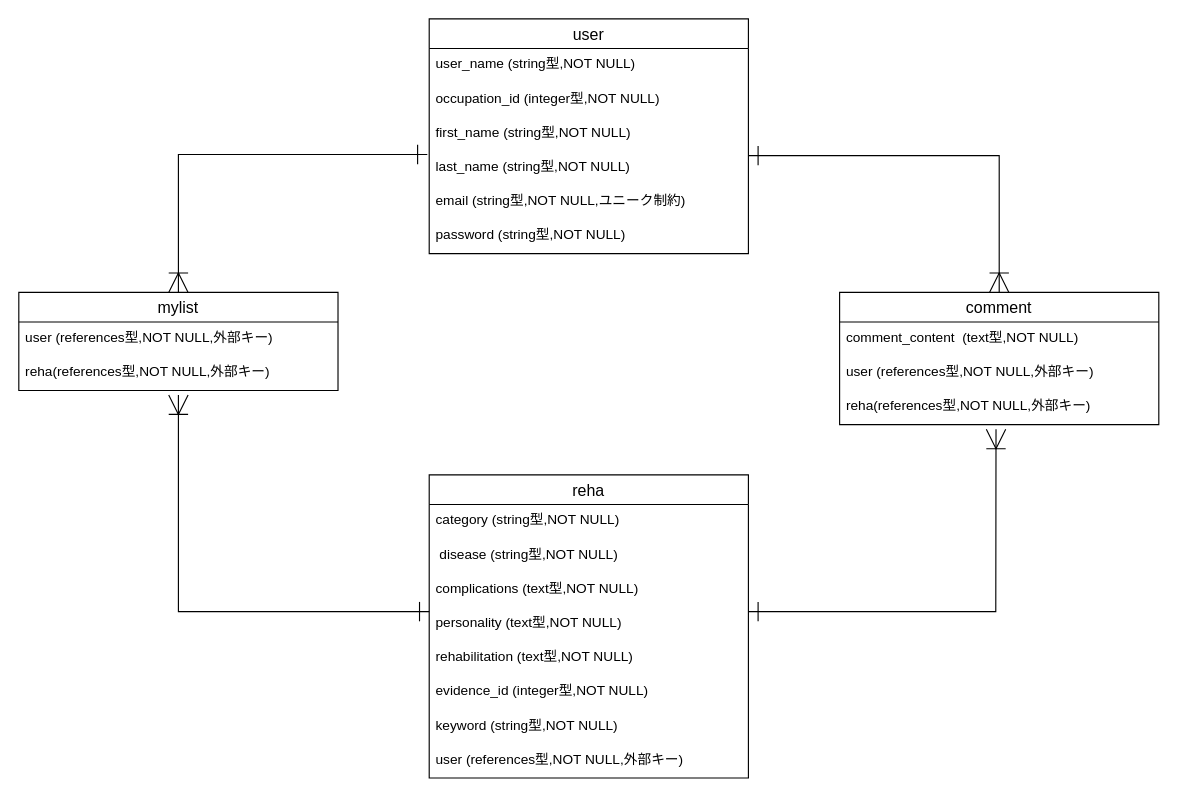
Before: page "ページ1" (2 of 2) of rehabase.dio in yuto0602/rehabase, a draw.io diagram. Source tidied: cells renumbered, new cells numbered last; positions are measured from the earlier drawing's top-left corner, leaving out a move shared by most shapes. Both pictures are drawn from the tidied source at 114%, with x=0, y=0 at pixel (18, 18).
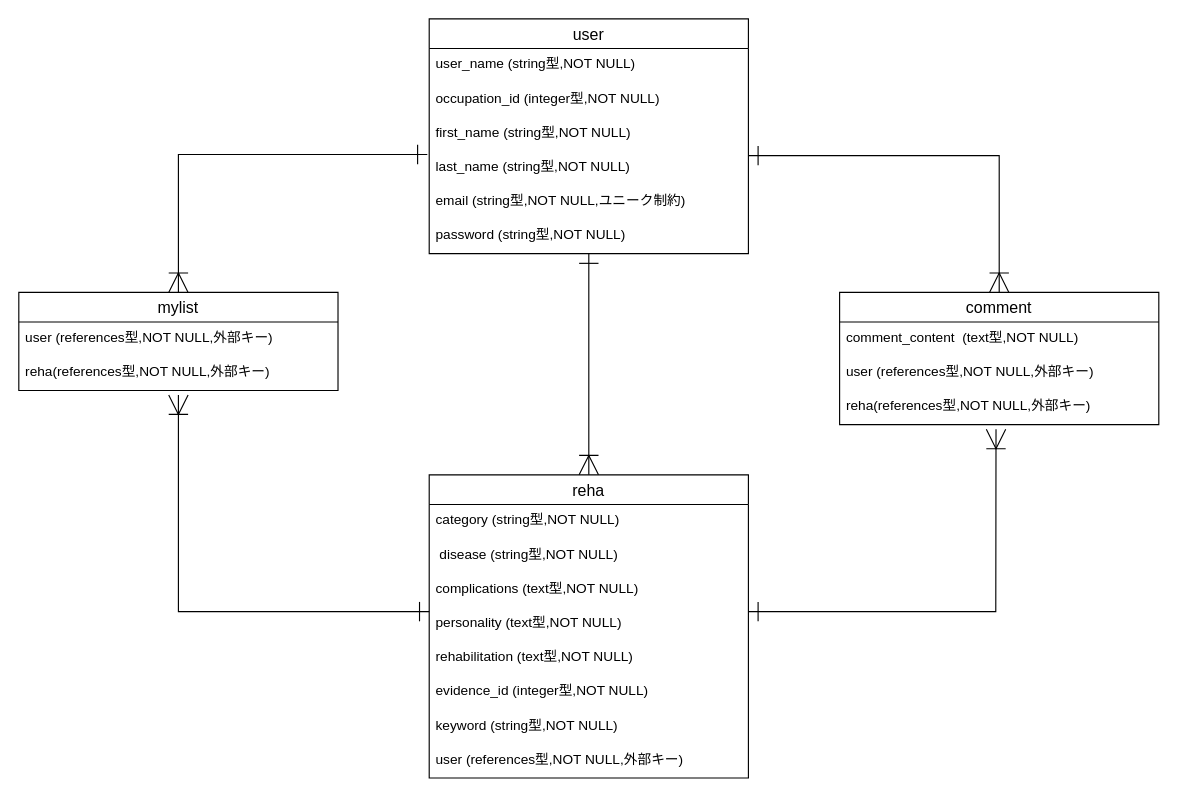
The same page after the edit.

Unchanged cells that the change refers to:
```xml
<mxCell id="8" value="password (string型,NOT NULL)" style="text;strokeColor=none;fillColor=none;spacingLeft=4;spacingRight=4;overflow=hidden;points=[[0,0.5],[1,0.5]];portConstraint=eastwest;fontSize=12;" parent="2" vertex="1">
  <mxGeometry y="176" width="280" height="30" as="geometry" />
</mxCell>
<mxCell id="12" value="reha" style="swimlane;fontStyle=0;horizontal=1;startSize=26;align=center;fontSize=14;" parent="1" vertex="1">
  <mxGeometry x="360" y="400" width="280" height="266" as="geometry" />
</mxCell>
```

Diff of the diagram source:
```diff
@@
+    <mxCell id="29" style="fontSize=12;html=1;endArrow=ERone;endFill=0;exitX=0.5;exitY=0;exitDx=0;exitDy=0;startArrow=ERoneToMany;startFill=0;strokeWidth=1;endSize=15;startSize=15;" parent="1" edge="1" source="12" target="8">
+      <mxGeometry relative="1" as="geometry" />
+    </mxCell>
```
